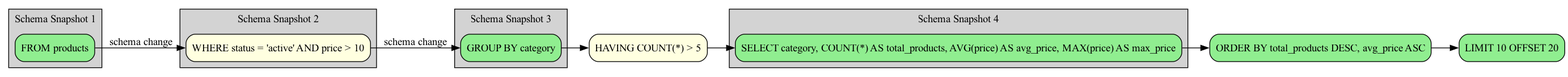
Earlier version of the Graphviz export examples/complex_query_schema.png (rot1024/sqloflow). Its source is kept beside it as examples/complex_query_schema.dot.
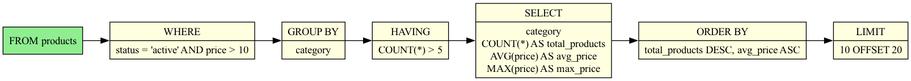
After the change.

What changed in the source:
```diff
@@ -1,39 +1,21 @@
-digraph sqloflow {
+digraph schema_flow {
   rankdir=LR;
-  node [shape=box, style=rounded];
+  node [shape=record];
 
-  subgraph cluster_0 {
-    label="Schema Snapshot 1";
-    style=filled;
-    fillcolor=lightgray;
-    node_0 [label="FROM products", fillcolor=lightgreen, style="filled,rounded"];
-  }
-  subgraph cluster_1 {
-    label="Schema Snapshot 2";
-    style=filled;
-    fillcolor=lightgray;
-    node_1 [label="WHERE status = 'active' AND price > 10", fillcolor=lightyellow, style="filled,rounded"];
-  }
-  subgraph cluster_2 {
-    label="Schema Snapshot 3";
-    style=filled;
-    fillcolor=lightgray;
-    node_2 [label="GROUP BY category", fillcolor=lightgreen, style="filled,rounded"];
-  }
-  node_3 [label="HAVING COUNT(*) > 5", fillcolor=lightyellow, style="filled,rounded"];
-  node_5 [label="ORDER BY total_products DESC, avg_price ASC", fillcolor=lightgreen, style="filled,rounded"];
-  node_6 [label="LIMIT 10 OFFSET 20", fillcolor=lightgreen, style="filled,rounded"];
-  subgraph cluster_3 {
-    label="Schema Snapshot 4";
-    style=filled;
-    fillcolor=lightgray;
-    node_4 [label="SELECT category, COUNT(*) AS total_products, AVG(price) AS avg_price, MAX(price) AS max_price", fillcolor=lightgreen, style="filled,rounded"];
-  }
+  node_0 [label="FROM products", style=filled, fillcolor=lightgreen];
 
-  node_0 -> node_1 [color=black, label="schema change"];
-  node_1 -> node_2 [color=black, label="schema change"];
-  node_2 -> node_3 [color=black];
-  node_3 -> node_4 [color=black];
-  node_4 -> node_5 [color=black];
-  node_5 -> node_6 [color=black];
+  node_1 [label="WHERE|status = 'active' AND price \> 10", style=filled, fillcolor=lightyellow];
+  node_2 [label="GROUP BY|category", style=filled, fillcolor=lightyellow];
+  node_3 [label="HAVING|COUNT(*) \> 5", style=filled, fillcolor=lightyellow];
+  node_4 [label="SELECT|category\nCOUNT(*) AS total_products\nAVG(price) AS avg_price\nMAX(price) AS max_price", style=filled, fillcolor=lightyellow];
+  node_5 [label="ORDER BY|total_products DESC, avg_price ASC", style=filled, fillcolor=lightyellow];
+  node_6 [label="LIMIT|10 OFFSET 20", style=filled, fillcolor=lightyellow];
+
+
+  node_0 -> node_1;
+  node_1 -> node_2;
+  node_2 -> node_3;
+  node_3 -> node_4;
+  node_4 -> node_5;
+  node_5 -> node_6;
 }
```
